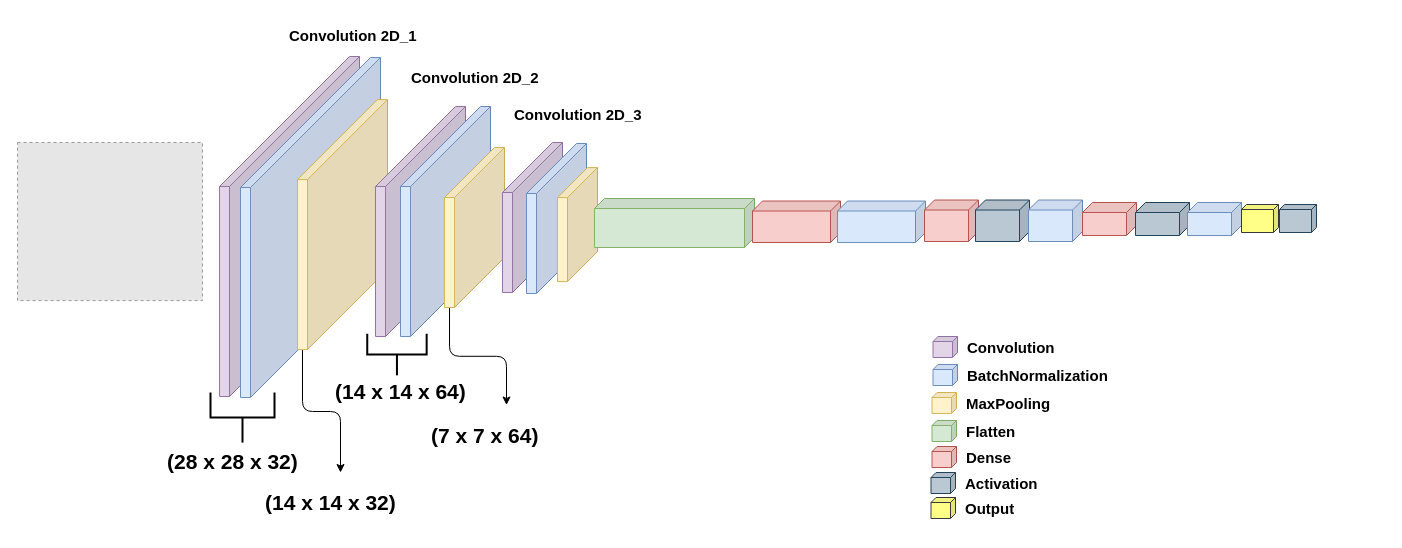
ZiaUrRehman-bit/Implementation-of-Machine-Learning-Algorithm keeps this draw.io diagram as TRNet.drawio. Above is the earlier version. Source tidied: cells renumbered, new cells numbered last; positions are measured from the earlier drawing's top-left corner, leaving out a move shared by most shapes. Both pictures are drawn from the tidied source at 100%, with x=0, y=0 at pixel (17, 27). Pictures stored in the file or linked from it are replaced by grey dashed boxes.
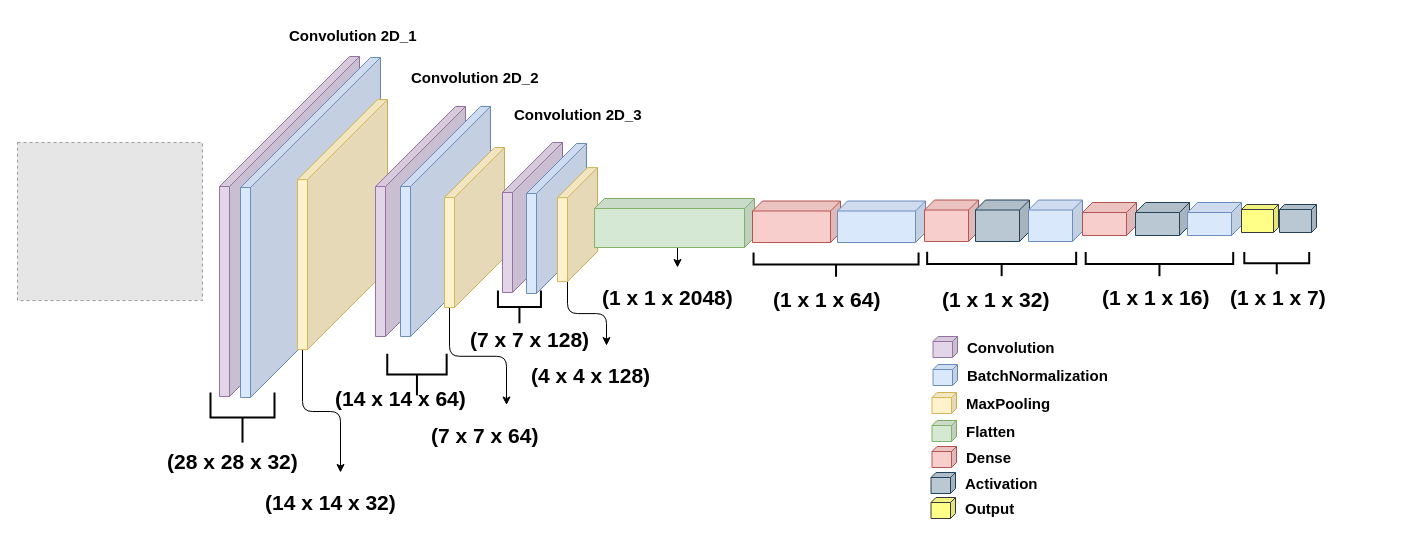
Above is the later version.

Unchanged cells that the change refers to:
```xml
<mxCell id="13" style="shape=cube;whiteSpace=wrap;html=1;boundedLbl=1;backgroundOutline=1;darkOpacity=0.05;darkOpacity2=0.1;flipH=1;size=30;fillColor=#fff2cc;strokeColor=#d6b656;fontSize=13;" parent="1" vertex="1">
  <mxGeometry x="540" y="140.1" width="40" height="114" as="geometry" />
</mxCell>
<mxCell id="14" style="shape=cube;whiteSpace=wrap;html=1;boundedLbl=1;backgroundOutline=1;darkOpacity=0.05;darkOpacity2=0.1;flipH=1;size=10;fillColor=#d5e8d4;strokeColor=#82b366;fontSize=13;" parent="1" vertex="1">
  <mxGeometry x="577" y="171" width="160" height="49" as="geometry" />
</mxCell>
```

The edit, as a diff of the source:
```diff
@@
+    <mxCell id="48" style="edgeStyle=orthogonalEdgeStyle;rounded=1;jettySize=auto;html=1;exitX=0;exitY=0;exitDx=30;exitDy=114;exitPerimeter=0;entryX=0.5;entryY=0;entryDx=0;entryDy=0;" parent="1" edge="1" source="13" target="52">
+      <mxGeometry relative="1" as="geometry" />
+    </mxCell>
@@
+    <mxCell id="49" style="edgeStyle=orthogonalEdgeStyle;rounded=0;jettySize=auto;html=1;exitX=0;exitY=0;exitDx=85;exitDy=49;exitPerimeter=0;entryX=0.5;entryY=0;entryDx=0;entryDy=0;" parent="1" edge="1" source="14" target="53">
+      <mxGeometry relative="1" as="geometry" />
+    </mxCell>
@@
     <mxCell id="45" style="strokeWidth=2;html=1;shape=mxgraph.flowchart.annotation_2;align=left;labelPosition=right;rotation=-90;" parent="1" vertex="1">
-      <mxGeometry x="358.7" y="297.4" width="41.5" height="59.4" as="geometry" />
+      <mxGeometry x="485.6" y="257.9" width="32.7" height="43" as="geometry" />
     </mxCell>
@@
     <mxCell id="47" value="&lt;h1 style=&quot;&quot;&gt;&lt;font style=&quot;font-size: 21px;&quot;&gt;(14 x 14 x 64)&lt;/font&gt;&lt;/h1&gt;" style="text;html=1;strokeColor=none;fillColor=none;spacing=5;spacingTop=-20;whiteSpace=wrap;overflow=hidden;rounded=0;fontSize=15;fontStyle=1;" parent="1" vertex="1">
-      <mxGeometry x="313" y="334" width="160" height="52" as="geometry" />
+      <mxGeometry x="313" y="341" width="160" height="52" as="geometry" />
     </mxCell>
+    <mxCell id="50" style="strokeWidth=2;html=1;shape=mxgraph.flowchart.annotation_2;align=left;labelPosition=right;rotation=-90;" parent="1" vertex="1">
+      <mxGeometry x="972" y="162" width="24.3" height="149" as="geometry" />
+    </mxCell>
+    <mxCell id="51" value="&lt;h1 style=&quot;&quot;&gt;&lt;font style=&quot;font-size: 21px;&quot;&gt;(7 x 7 x 128)&lt;/font&gt;&lt;/h1&gt;" style="text;html=1;strokeColor=none;fillColor=none;spacing=5;spacingTop=-20;whiteSpace=wrap;overflow=hidden;rounded=0;fontSize=15;fontStyle=1;" parent="1" vertex="1">
+      <mxGeometry x="448" y="282" width="160" height="52" as="geometry" />
+    </mxCell>
+    <mxCell id="52" value="&lt;h1 style=&quot;&quot;&gt;&lt;font style=&quot;font-size: 21px;&quot;&gt;(4 x 4 x 128)&lt;/font&gt;&lt;/h1&gt;" style="text;html=1;strokeColor=none;fillColor=none;spacing=5;spacingTop=-20;whiteSpace=wrap;overflow=hidden;rounded=0;fontSize=15;fontStyle=1;" parent="1" vertex="1">
+      <mxGeometry x="509" y="318.1" width="160" height="52" as="geometry" />
+    </mxCell>
+    <mxCell id="53" value="&lt;h1 style=&quot;&quot;&gt;&lt;font style=&quot;font-size: 21px;&quot;&gt;(1 x 1 x 2048)&lt;/font&gt;&lt;/h1&gt;" style="text;html=1;strokeColor=none;fillColor=none;spacing=5;spacingTop=-20;whiteSpace=wrap;overflow=hidden;rounded=0;fontSize=15;fontStyle=1;" parent="1" vertex="1">
+      <mxGeometry x="580" y="240" width="160" height="52" as="geometry" />
+    </mxCell>
+    <mxCell id="54" style="strokeWidth=2;html=1;shape=mxgraph.flowchart.annotation_2;align=left;labelPosition=right;rotation=-90;" parent="1" vertex="1">
+      <mxGeometry x="378.7" y="317.4" width="41.5" height="59.4" as="geometry" />
+    </mxCell>
+    <mxCell id="55" value="&lt;h1 style=&quot;&quot;&gt;&lt;font style=&quot;font-size: 21px;&quot;&gt;(1 x 1 x 64)&lt;/font&gt;&lt;/h1&gt;" style="text;html=1;strokeColor=none;fillColor=none;spacing=5;spacingTop=-20;whiteSpace=wrap;overflow=hidden;rounded=0;fontSize=15;fontStyle=1;" parent="1" vertex="1">
+      <mxGeometry x="750.5" y="242" width="160" height="52" as="geometry" />
+    </mxCell>
+    <mxCell id="56" style="strokeWidth=2;html=1;shape=mxgraph.flowchart.annotation_2;align=left;labelPosition=right;rotation=-90;" parent="1" vertex="1">
+      <mxGeometry x="806.4" y="154.6" width="24.3" height="165" as="geometry" />
+    </mxCell>
+    <mxCell id="57" value="&lt;h1 style=&quot;&quot;&gt;&lt;font style=&quot;font-size: 21px;&quot;&gt;(1 x 1 x 16)&lt;/font&gt;&lt;/h1&gt;" style="text;html=1;strokeColor=none;fillColor=none;spacing=5;spacingTop=-20;whiteSpace=wrap;overflow=hidden;rounded=0;fontSize=15;fontStyle=1;" parent="1" vertex="1">
+      <mxGeometry x="1080" y="240" width="160" height="52" as="geometry" />
+    </mxCell>
+    <mxCell id="58" style="strokeWidth=2;html=1;shape=mxgraph.flowchart.annotation_2;align=left;labelPosition=right;rotation=-90;" parent="1" vertex="1">
+      <mxGeometry x="1129.8" y="162.8" width="24.3" height="147.5" as="geometry" />
+    </mxCell>
+    <mxCell id="59" value="&lt;h1 style=&quot;&quot;&gt;&lt;font style=&quot;font-size: 21px;&quot;&gt;(1 x 1 x 32)&lt;/font&gt;&lt;/h1&gt;" style="text;html=1;strokeColor=none;fillColor=none;spacing=5;spacingTop=-20;whiteSpace=wrap;overflow=hidden;rounded=0;fontSize=15;fontStyle=1;" parent="1" vertex="1">
+      <mxGeometry x="920" y="242" width="160" height="52" as="geometry" />
+    </mxCell>
+    <mxCell id="60" style="strokeWidth=2;html=1;shape=mxgraph.flowchart.annotation_2;align=left;labelPosition=right;rotation=-90;" parent="1" vertex="1">
+      <mxGeometry x="1248.1" y="203.2" width="22.3" height="64.9" as="geometry" />
+    </mxCell>
+    <mxCell id="61" value="&lt;h1 style=&quot;&quot;&gt;&lt;font style=&quot;font-size: 21px;&quot;&gt;(1 x 1 x 7)&lt;/font&gt;&lt;/h1&gt;" style="text;html=1;strokeColor=none;fillColor=none;spacing=5;spacingTop=-20;whiteSpace=wrap;overflow=hidden;rounded=0;fontSize=15;fontStyle=1;" parent="1" vertex="1">
+      <mxGeometry x="1207.5" y="240" width="160" height="52" as="geometry" />
+    </mxCell>
```
